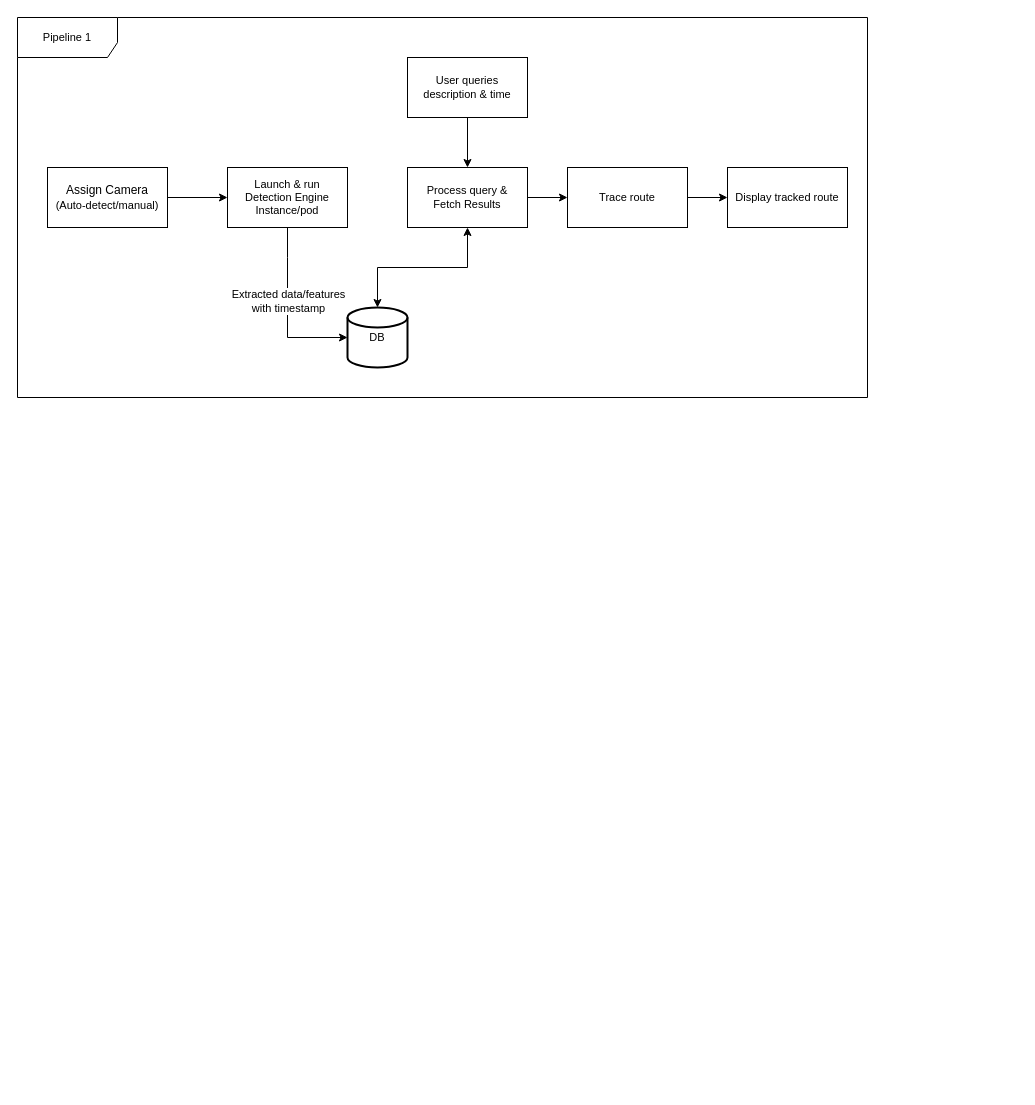
This is page "Interaction Flow" (2 of 2) of diagrams/architecture.drawio from Project-Dragon-Fly/Dragon-Fly-Slides, a draw.io file, before an edit. Source tidied: cells renumbered, new cells numbered last; positions are measured from the earlier drawing's top-left corner, leaving out a move shared by most shapes. Both pictures are drawn from the tidied source at 100%, with x=0, y=0 at pixel (17, 17).
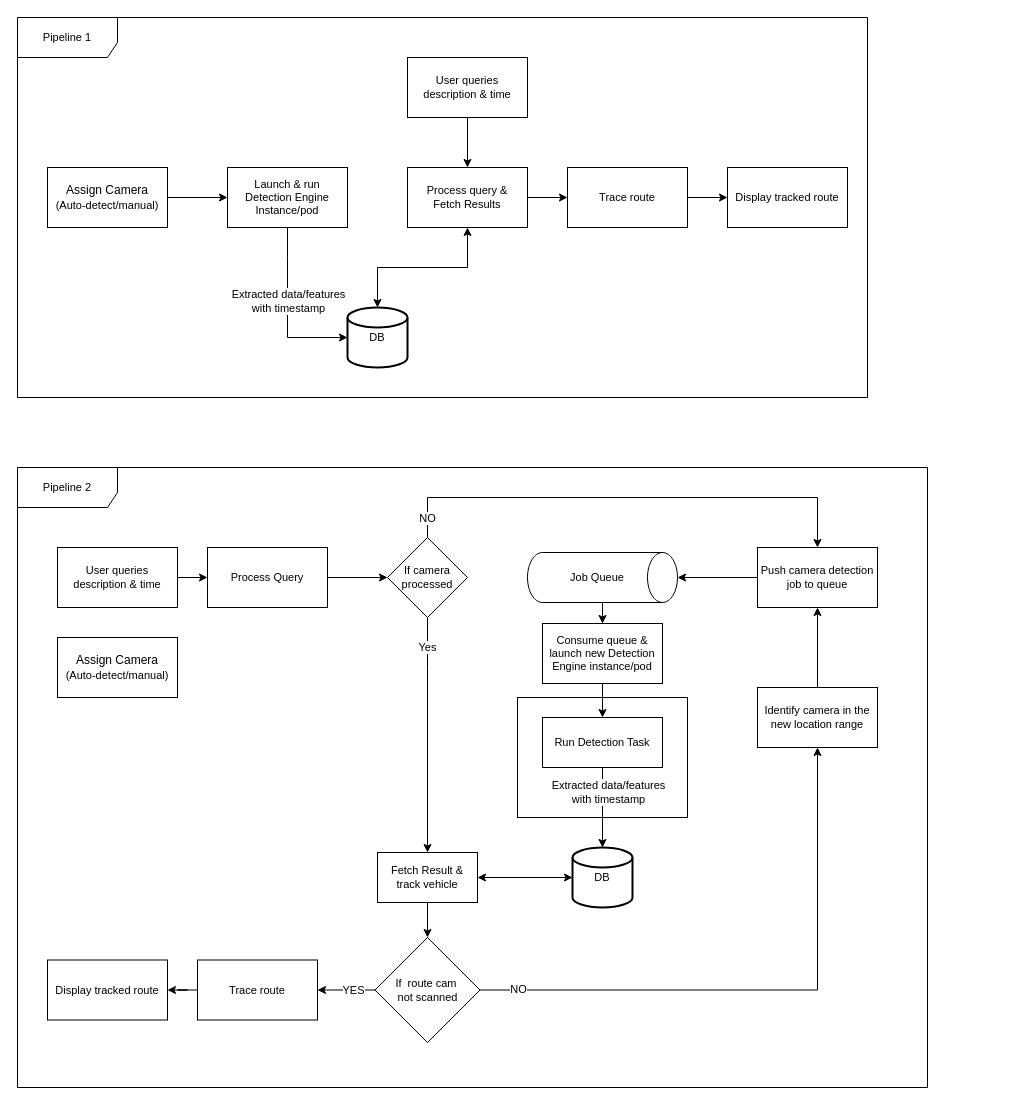
The same diagram, later.

What changed in the source:
```diff
@@
+    <mxCell id="18" style="group;" parent="1" vertex="1">
+      <mxGeometry x="10" y="470" width="990" height="600" as="geometry" />
+    </mxCell>
+    <mxCell id="19" value="Pipeline 2" style="shape=umlFrame;whiteSpace=wrap;html=1;fontSize=11;width=100;height=40;" parent="18" vertex="1">
+      <mxGeometry x="-10" y="-20" width="910" height="620" as="geometry" />
+    </mxCell>
+    <mxCell id="20" style="rounded=0;whiteSpace=wrap;html=1;fontSize=11;" parent="18" vertex="1">
+      <mxGeometry x="490" y="210" width="170" height="120" as="geometry" />
+    </mxCell>
+    <mxCell id="21" value="Assign Camera&lt;br&gt;&lt;font style=&quot;font-size: 11px&quot;&gt;(Auto-detect/manual)&lt;/font&gt;" style="rounded=0;whiteSpace=wrap;html=1;" parent="18" vertex="1">
+      <mxGeometry x="30" y="150" width="120" height="60" as="geometry" />
+    </mxCell>
+    <mxCell id="22" style="edgeStyle=orthogonalEdgeStyle;rounded=0;jettySize=auto;html=1;fontSize=11;startArrow=none;startFill=0;" parent="18" edge="1" source="23" target="33">
+      <mxGeometry relative="1" as="geometry" />
+    </mxCell>
+    <mxCell id="23" value="User queries description &amp;amp; time" style="rounded=0;whiteSpace=wrap;html=1;fontSize=11;" parent="18" vertex="1">
+      <mxGeometry x="30" y="60" width="120" height="60" as="geometry" />
+    </mxCell>
+    <mxCell id="24" value="Run Detection Task" style="rounded=0;whiteSpace=wrap;html=1;fontSize=11;" parent="18" vertex="1">
+      <mxGeometry x="515" y="230" width="120" height="50" as="geometry" />
+    </mxCell>
+    <mxCell id="25" value="DB" style="strokeWidth=2;html=1;shape=mxgraph.flowchart.database;whiteSpace=wrap;fontSize=11;" parent="18" vertex="1">
+      <mxGeometry x="545" y="360" width="60" height="60" as="geometry" />
+    </mxCell>
+    <mxCell id="26" style="edgeStyle=orthogonalEdgeStyle;rounded=0;jettySize=auto;html=1;fontSize=11;" parent="18" edge="1" source="24" target="25">
+      <mxGeometry relative="1" as="geometry">
+        <Array as="points">
+          <mxPoint x="570" y="240" />
+          <mxPoint x="570" y="240" />
+        </Array>
+      </mxGeometry>
+    </mxCell>
+    <mxCell id="27" value="Extracted data/features &lt;br&gt;with timestamp" style="edgeLabel;html=1;align=center;verticalAlign=middle;fontSize=11;" parent="26" vertex="1">
+      <mxGeometry x="-0.26" y="-2" relative="1" as="geometry">
+        <mxPoint x="7" y="-6" as="offset" />
+      </mxGeometry>
+    </mxCell>
+    <mxCell id="28" style="edgeStyle=orthogonalEdgeStyle;rounded=0;jettySize=auto;html=1;fontSize=11;startArrow=classic;startFill=1;" parent="18" edge="1" source="30" target="25">
+      <mxGeometry relative="1" as="geometry" />
+    </mxCell>
+    <mxCell id="29" style="edgeStyle=orthogonalEdgeStyle;rounded=0;jettySize=auto;html=1;fontSize=11;startArrow=none;startFill=0;" parent="18" edge="1" source="30" target="52">
+      <mxGeometry relative="1" as="geometry" />
+    </mxCell>
+    <mxCell id="30" value="Fetch Result &amp;amp; track vehicle" style="rounded=0;whiteSpace=wrap;html=1;fontSize=11;" parent="18" vertex="1">
+      <mxGeometry x="350" y="365" width="100" height="50" as="geometry" />
+    </mxCell>
+    <mxCell id="31" value="Display tracked route" style="rounded=0;whiteSpace=wrap;html=1;fontSize=11;" parent="18" vertex="1">
+      <mxGeometry x="20" y="472.5" width="120" height="60" as="geometry" />
+    </mxCell>
+    <mxCell id="32" style="edgeStyle=orthogonalEdgeStyle;rounded=0;jettySize=auto;html=1;fontSize=11;startArrow=none;startFill=0;" parent="18" edge="1" source="33" target="38">
+      <mxGeometry relative="1" as="geometry" />
+    </mxCell>
+    <mxCell id="33" value="Process Query" style="rounded=0;whiteSpace=wrap;html=1;fontSize=11;" parent="18" vertex="1">
+      <mxGeometry x="180" y="60" width="120" height="60" as="geometry" />
+    </mxCell>
+    <mxCell id="34" style="edgeStyle=orthogonalEdgeStyle;rounded=0;jettySize=auto;html=1;fontSize=11;startArrow=none;startFill=0;" parent="18" edge="1" source="38" target="30">
+      <mxGeometry relative="1" as="geometry">
+        <Array as="points">
+          <mxPoint x="400" y="180" />
+          <mxPoint x="400" y="180" />
+        </Array>
+      </mxGeometry>
+    </mxCell>
+    <mxCell id="35" value="Yes" style="edgeLabel;html=1;align=center;verticalAlign=middle;fontSize=11;" parent="34" vertex="1">
+      <mxGeometry x="-0.75" y="2" relative="1" as="geometry">
+        <mxPoint x="-3" as="offset" />
+      </mxGeometry>
+    </mxCell>
+    <mxCell id="36" style="edgeStyle=orthogonalEdgeStyle;rounded=0;jettySize=auto;html=1;fontSize=11;startArrow=none;startFill=0;" parent="18" edge="1" source="38" target="46">
+      <mxGeometry relative="1" as="geometry">
+        <Array as="points">
+          <mxPoint x="400" y="10" />
+          <mxPoint x="790" y="10" />
+        </Array>
+      </mxGeometry>
+    </mxCell>
+    <mxCell id="37" value="NO" style="edgeLabel;html=1;align=center;verticalAlign=middle;fontSize=11;" parent="36" vertex="1">
+      <mxGeometry x="-0.87" y="4" relative="1" as="geometry">
+        <mxPoint x="3" y="11" as="offset" />
+      </mxGeometry>
+    </mxCell>
+    <mxCell id="38" value="If camera&lt;br&gt;processed" style="rhombus;whiteSpace=wrap;html=1;fontSize=11;" parent="18" vertex="1">
+      <mxGeometry x="360" y="50" width="80" height="80" as="geometry" />
+    </mxCell>
+    <mxCell id="39" style="edgeStyle=orthogonalEdgeStyle;rounded=0;jettySize=auto;html=1;fontSize=11;startArrow=none;startFill=0;" parent="18" edge="1" source="40" target="46">
+      <mxGeometry relative="1" as="geometry" />
+    </mxCell>
+    <mxCell id="40" value="Identify camera in the new location range" style="rounded=0;whiteSpace=wrap;html=1;fontSize=11;" parent="18" vertex="1">
+      <mxGeometry x="730" y="200" width="120" height="60" as="geometry" />
+    </mxCell>
+    <mxCell id="41" style="group;" parent="18" vertex="1">
+      <mxGeometry x="500" y="65" width="150" height="50" as="geometry" />
+    </mxCell>
+    <mxCell id="42" style="group;" parent="41" vertex="1">
+      <mxGeometry width="150" height="50" as="geometry" />
+    </mxCell>
+    <mxCell id="43" style="shape=cylinder3;whiteSpace=wrap;html=1;boundedLbl=1;backgroundOutline=1;size=15;fontSize=11;rotation=90;" parent="42" vertex="1">
+      <mxGeometry x="50" y="-50" width="50" height="150" as="geometry" />
+    </mxCell>
+    <mxCell id="44" value="Job Queue" style="text;html=1;strokeColor=none;fillColor=none;align=center;verticalAlign=middle;whiteSpace=wrap;rounded=0;fontSize=11;" parent="42" vertex="1">
+      <mxGeometry x="40" y="10" width="60" height="30" as="geometry" />
+    </mxCell>
+    <mxCell id="45" style="edgeStyle=orthogonalEdgeStyle;rounded=0;jettySize=auto;html=1;fontSize=11;startArrow=none;startFill=0;" parent="18" edge="1" source="46" target="43">
+      <mxGeometry relative="1" as="geometry" />
+    </mxCell>
+    <mxCell id="46" value="Push camera detection job to queue" style="rounded=0;whiteSpace=wrap;html=1;fontSize=11;" parent="18" vertex="1">
+      <mxGeometry x="730" y="60" width="120" height="60" as="geometry" />
+    </mxCell>
+    <mxCell id="47" style="edgeStyle=orthogonalEdgeStyle;rounded=0;jettySize=auto;html=1;fontSize=11;startArrow=none;startFill=0;" parent="18" edge="1" source="48" target="24">
+      <mxGeometry relative="1" as="geometry" />
+    </mxCell>
+    <mxCell id="48" value="Consume queue &amp;amp; launch new Detection Engine instance/pod" style="rounded=0;whiteSpace=wrap;html=1;fontSize=11;" parent="18" vertex="1">
+      <mxGeometry x="515" y="136" width="120" height="60" as="geometry" />
+    </mxCell>
+    <mxCell id="49" style="edgeStyle=orthogonalEdgeStyle;rounded=0;jettySize=auto;html=1;fontSize=11;startArrow=none;startFill=0;" parent="18" edge="1" source="43" target="48">
+      <mxGeometry relative="1" as="geometry" />
+    </mxCell>
+    <mxCell id="50" style="edgeStyle=orthogonalEdgeStyle;rounded=0;jettySize=auto;html=1;fontSize=11;startArrow=none;startFill=0;" parent="18" edge="1" source="52" target="56">
+      <mxGeometry relative="1" as="geometry" />
+    </mxCell>
+    <mxCell id="51" value="YES" style="edgeLabel;html=1;align=center;verticalAlign=middle;fontSize=11;" parent="50" vertex="1">
+      <mxGeometry x="-0.25" relative="1" as="geometry" />
+    </mxCell>
+    <mxCell id="52" value="&lt;font style=&quot;font-size: 11px&quot;&gt;If&amp;nbsp; route cam&amp;nbsp;&lt;br&gt;not scanned&lt;br&gt;&lt;/font&gt;" style="rhombus;whiteSpace=wrap;html=1;fontSize=11;" parent="18" vertex="1">
+      <mxGeometry x="347.5" y="450" width="105" height="105" as="geometry" />
+    </mxCell>
+    <mxCell id="53" style="edgeStyle=orthogonalEdgeStyle;rounded=0;jettySize=auto;html=1;fontSize=11;startArrow=none;startFill=0;" parent="18" edge="1" source="52" target="40">
+      <mxGeometry relative="1" as="geometry" />
+    </mxCell>
+    <mxCell id="54" value="NO" style="edgeLabel;html=1;align=center;verticalAlign=middle;fontSize=11;" parent="53" vertex="1">
+      <mxGeometry x="-0.87" y="4" relative="1" as="geometry">
+        <mxPoint y="3" as="offset" />
+      </mxGeometry>
+    </mxCell>
+    <mxCell id="55" style="edgeStyle=orthogonalEdgeStyle;rounded=0;jettySize=auto;html=1;fontSize=11;startArrow=none;startFill=0;" parent="18" edge="1" source="56" target="31">
+      <mxGeometry relative="1" as="geometry" />
+    </mxCell>
+    <mxCell id="56" value="Trace route" style="rounded=0;whiteSpace=wrap;html=1;fontSize=11;" parent="18" vertex="1">
+      <mxGeometry x="170" y="472.5" width="120" height="60" as="geometry" />
+    </mxCell>
```
